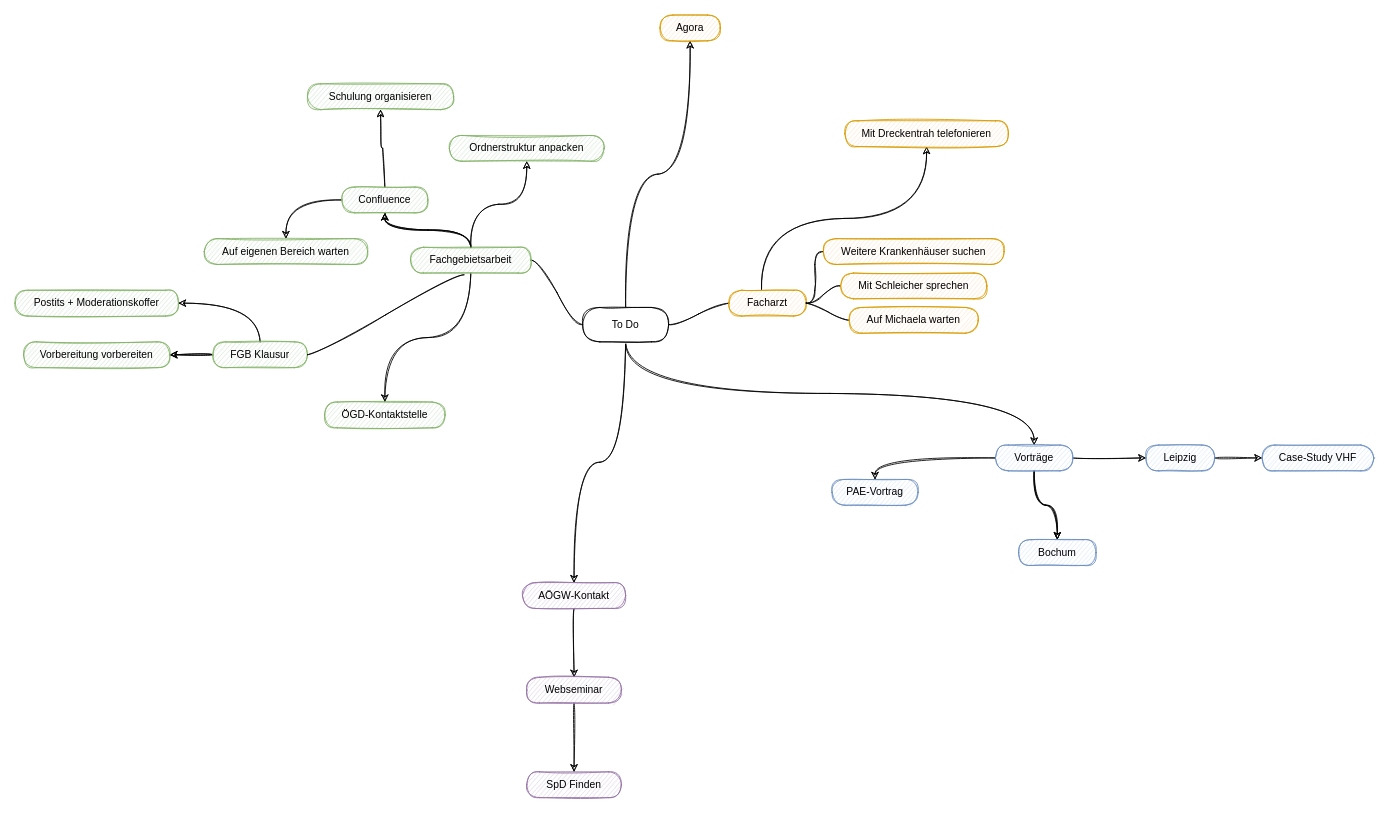
jakobschumacher/graphs keeps this draw.io diagram as drawio/todo.drawio. Above is the earlier version. Source tidied: cells renumbered, new cells numbered last; positions are measured from the earlier drawing's top-left corner, leaving out a move shared by most shapes. Both pictures are drawn from the tidied source at 86%, with x=0, y=0 at pixel (15, 15).
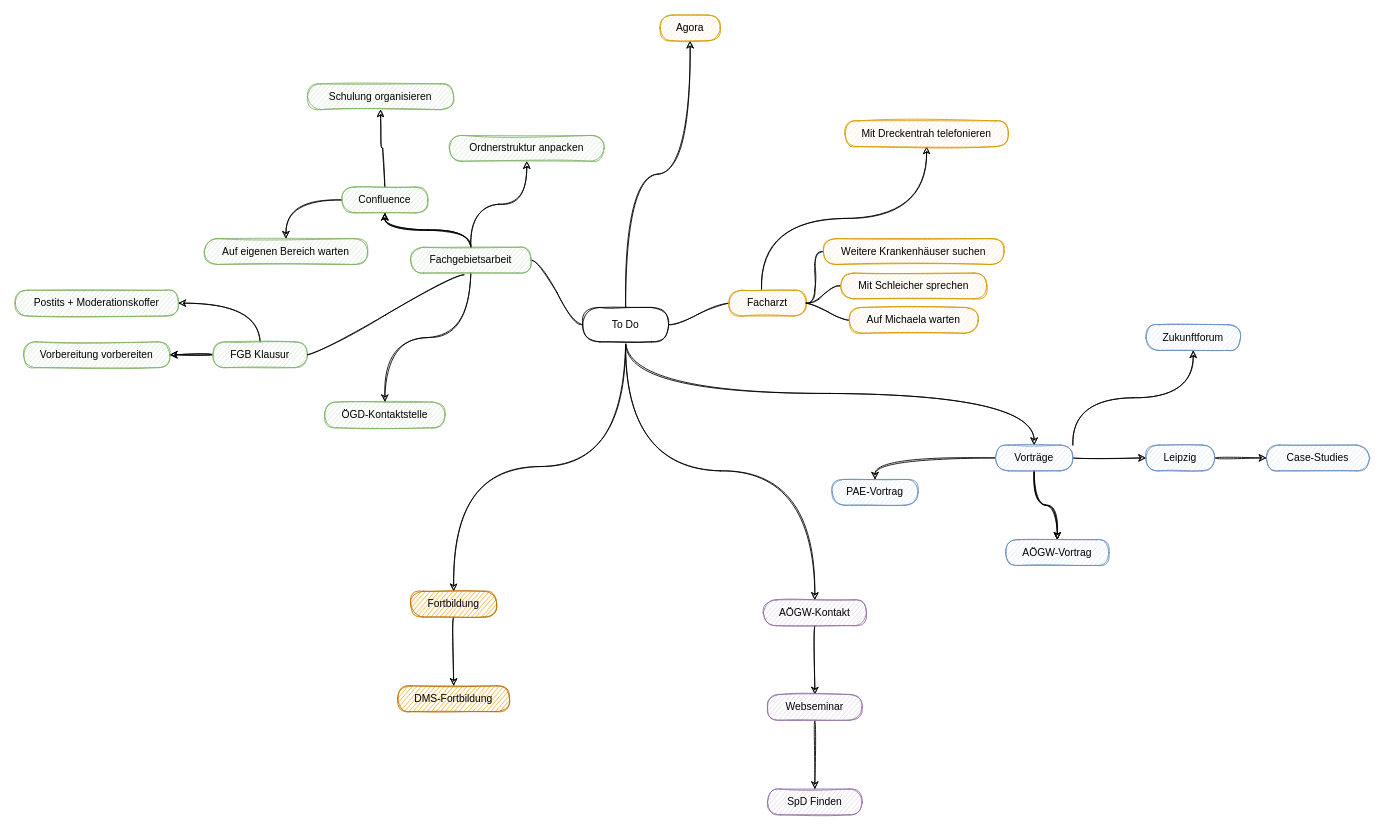
The same diagram, later.

Unchanged cells that the change refers to:
```xml
<mxCell id="6" value="To Do" style="whiteSpace=wrap;html=1;rounded=1;arcSize=50;align=center;verticalAlign=middle;strokeWidth=1;spacing=4;newEdgeStyle={&quot;edgeStyle&quot;:&quot;entityRelationEdgeStyle&quot;,&quot;startArrow&quot;:&quot;none&quot;,&quot;endArrow&quot;:&quot;none&quot;,&quot;segment&quot;:10,&quot;curved&quot;:1};sketch=1;" parent="1" vertex="1">
  <mxGeometry x="660" y="340" width="100" height="40" as="geometry" />
</mxCell>
<mxCell id="36" value="Vorträge" style="whiteSpace=wrap;html=1;rounded=1;arcSize=50;align=center;verticalAlign=middle;strokeWidth=1;spacing=4;newEdgeStyle={&quot;edgeStyle&quot;:&quot;entityRelationEdgeStyle&quot;,&quot;startArrow&quot;:&quot;none&quot;,&quot;endArrow&quot;:&quot;none&quot;,&quot;segment&quot;:10,&quot;curved&quot;:1};sketch=1;fillColor=#dae8fc;strokeColor=#6c8ebf;" parent="1" vertex="1">
  <mxGeometry x="1140" y="500" width="90" height="30" as="geometry" />
</mxCell>
```

Diff of the diagram source:
```diff
@@
+    <mxCell id="52" style="edgeStyle=orthogonalEdgeStyle;rounded=1;jettySize=auto;html=1;exitX=0.5;exitY=1;exitDx=0;exitDy=0;entryX=0.5;entryY=0;entryDx=0;entryDy=0;curved=1;sketch=1;" parent="1" edge="1" source="6" target="55">
+      <mxGeometry relative="1" as="geometry" />
+    </mxCell>
@@
+    <mxCell id="53" style="edgeStyle=orthogonalEdgeStyle;curved=1;rounded=1;sketch=1;jettySize=auto;html=1;exitX=1;exitY=0;exitDx=0;exitDy=0;entryX=0.5;entryY=1;entryDx=0;entryDy=0;" parent="1" edge="1" source="36" target="57">
+      <mxGeometry relative="1" as="geometry" />
+    </mxCell>
@@
-    <mxCell id="37" value="Bochum" style="whiteSpace=wrap;html=1;rounded=1;arcSize=50;align=center;verticalAlign=middle;strokeWidth=1;spacing=4;newEdgeStyle={&quot;edgeStyle&quot;:&quot;entityRelationEdgeStyle&quot;,&quot;startArrow&quot;:&quot;none&quot;,&quot;endArrow&quot;:&quot;none&quot;,&quot;segment&quot;:10,&quot;curved&quot;:1};sketch=1;fillColor=#dae8fc;strokeColor=#6c8ebf;" parent="1" vertex="1" collapsed="1">
-      <mxGeometry x="1167" y="610" width="90" height="30" as="geometry" />
+    <mxCell id="37" value="AÖGW-Vortrag" style="whiteSpace=wrap;html=1;rounded=1;arcSize=50;align=center;verticalAlign=middle;strokeWidth=1;spacing=4;newEdgeStyle={&quot;edgeStyle&quot;:&quot;entityRelationEdgeStyle&quot;,&quot;startArrow&quot;:&quot;none&quot;,&quot;endArrow&quot;:&quot;none&quot;,&quot;segment&quot;:10,&quot;curved&quot;:1};sketch=1;fillColor=#dae8fc;strokeColor=#6c8ebf;" parent="1" vertex="1" collapsed="1">
+      <mxGeometry x="1152" y="610" width="120" height="30" as="geometry" />
     </mxCell>
@@
-    <mxCell id="41" value="Case-Study VHF" style="whiteSpace=wrap;html=1;rounded=1;arcSize=50;align=center;verticalAlign=middle;strokeWidth=1;spacing=4;newEdgeStyle={&quot;edgeStyle&quot;:&quot;entityRelationEdgeStyle&quot;,&quot;startArrow&quot;:&quot;none&quot;,&quot;endArrow&quot;:&quot;none&quot;,&quot;segment&quot;:10,&quot;curved&quot;:1};sketch=1;fillColor=#dae8fc;strokeColor=#6c8ebf;" parent="1" vertex="1">
-      <mxGeometry x="1450" y="500" width="130" height="30" as="geometry" />
+    <mxCell id="41" value="Case-Studies" style="whiteSpace=wrap;html=1;rounded=1;arcSize=50;align=center;verticalAlign=middle;strokeWidth=1;spacing=4;newEdgeStyle={&quot;edgeStyle&quot;:&quot;entityRelationEdgeStyle&quot;,&quot;startArrow&quot;:&quot;none&quot;,&quot;endArrow&quot;:&quot;none&quot;,&quot;segment&quot;:10,&quot;curved&quot;:1};sketch=1;fillColor=#dae8fc;strokeColor=#6c8ebf;" parent="1" vertex="1">
+      <mxGeometry x="1455" y="500" width="120" height="30" as="geometry" />
     </mxCell>
@@
     <mxCell id="48" value="AÖGW-Kontakt" style="whiteSpace=wrap;html=1;rounded=1;arcSize=50;align=center;verticalAlign=middle;strokeWidth=1;spacing=4;newEdgeStyle={&quot;edgeStyle&quot;:&quot;entityRelationEdgeStyle&quot;,&quot;startArrow&quot;:&quot;none&quot;,&quot;endArrow&quot;:&quot;none&quot;,&quot;segment&quot;:10,&quot;curved&quot;:1};sketch=1;fillColor=#e1d5e7;strokeColor=#9673a6;" parent="1" vertex="1">
-      <mxGeometry x="590" y="660" width="120" height="30" as="geometry" />
+      <mxGeometry x="870" y="680" width="120" height="30" as="geometry" />
     </mxCell>
@@
     <mxCell id="50" value="Webseminar" style="whiteSpace=wrap;html=1;rounded=1;arcSize=50;align=center;verticalAlign=middle;strokeWidth=1;spacing=4;newEdgeStyle={&quot;edgeStyle&quot;:&quot;entityRelationEdgeStyle&quot;,&quot;startArrow&quot;:&quot;none&quot;,&quot;endArrow&quot;:&quot;none&quot;,&quot;segment&quot;:10,&quot;curved&quot;:1};sketch=1;fillColor=#e1d5e7;strokeColor=#9673a6;" parent="1" vertex="1">
-      <mxGeometry x="595" y="770" width="110" height="30" as="geometry" />
+      <mxGeometry x="875" y="790" width="110" height="30" as="geometry" />
     </mxCell>
     <mxCell id="51" value="SpD Finden" style="whiteSpace=wrap;html=1;rounded=1;arcSize=50;align=center;verticalAlign=middle;strokeWidth=1;spacing=4;newEdgeStyle={&quot;edgeStyle&quot;:&quot;entityRelationEdgeStyle&quot;,&quot;startArrow&quot;:&quot;none&quot;,&quot;endArrow&quot;:&quot;none&quot;,&quot;segment&quot;:10,&quot;curved&quot;:1};sketch=1;fillColor=#e1d5e7;strokeColor=#9673a6;" parent="1" vertex="1">
-      <mxGeometry x="595" y="880" width="110" height="30" as="geometry" />
+      <mxGeometry x="875" y="900" width="110" height="30" as="geometry" />
     </mxCell>
+    <mxCell id="54" style="edgeStyle=orthogonalEdgeStyle;curved=1;rounded=1;sketch=1;jettySize=auto;html=1;" parent="1" edge="1" source="55" target="56">
+      <mxGeometry relative="1" as="geometry" />
+    </mxCell>
+    <mxCell id="55" value="Fortbildung" style="whiteSpace=wrap;html=1;rounded=1;arcSize=50;align=center;verticalAlign=middle;strokeWidth=1;spacing=4;newEdgeStyle={&quot;edgeStyle&quot;:&quot;entityRelationEdgeStyle&quot;,&quot;startArrow&quot;:&quot;none&quot;,&quot;endArrow&quot;:&quot;none&quot;,&quot;segment&quot;:10,&quot;curved&quot;:1};sketch=1;fillColor=#f0a30a;strokeColor=#BD7000;fontColor=#000000;" parent="1" vertex="1">
+      <mxGeometry x="460" y="670" width="100" height="30" as="geometry" />
+    </mxCell>
+    <mxCell id="56" value="&lt;div&gt;DMS-Fortbildung&lt;/div&gt;" style="whiteSpace=wrap;html=1;rounded=1;arcSize=50;align=center;verticalAlign=middle;strokeWidth=1;spacing=4;newEdgeStyle={&quot;edgeStyle&quot;:&quot;entityRelationEdgeStyle&quot;,&quot;startArrow&quot;:&quot;none&quot;,&quot;endArrow&quot;:&quot;none&quot;,&quot;segment&quot;:10,&quot;curved&quot;:1};sketch=1;fillColor=#f0a30a;strokeColor=#BD7000;fontColor=#000000;" parent="1" vertex="1">
+      <mxGeometry x="445" y="780" width="130" height="30" as="geometry" />
+    </mxCell>
+    <mxCell id="57" value="Zukunftforum" style="whiteSpace=wrap;html=1;rounded=1;arcSize=50;align=center;verticalAlign=middle;strokeWidth=1;spacing=4;newEdgeStyle={&quot;edgeStyle&quot;:&quot;entityRelationEdgeStyle&quot;,&quot;startArrow&quot;:&quot;none&quot;,&quot;endArrow&quot;:&quot;none&quot;,&quot;segment&quot;:10,&quot;curved&quot;:1};sketch=1;fillColor=#dae8fc;strokeColor=#6c8ebf;" parent="1" vertex="1">
+      <mxGeometry x="1315" y="360" width="110" height="30" as="geometry" />
+    </mxCell>
```
